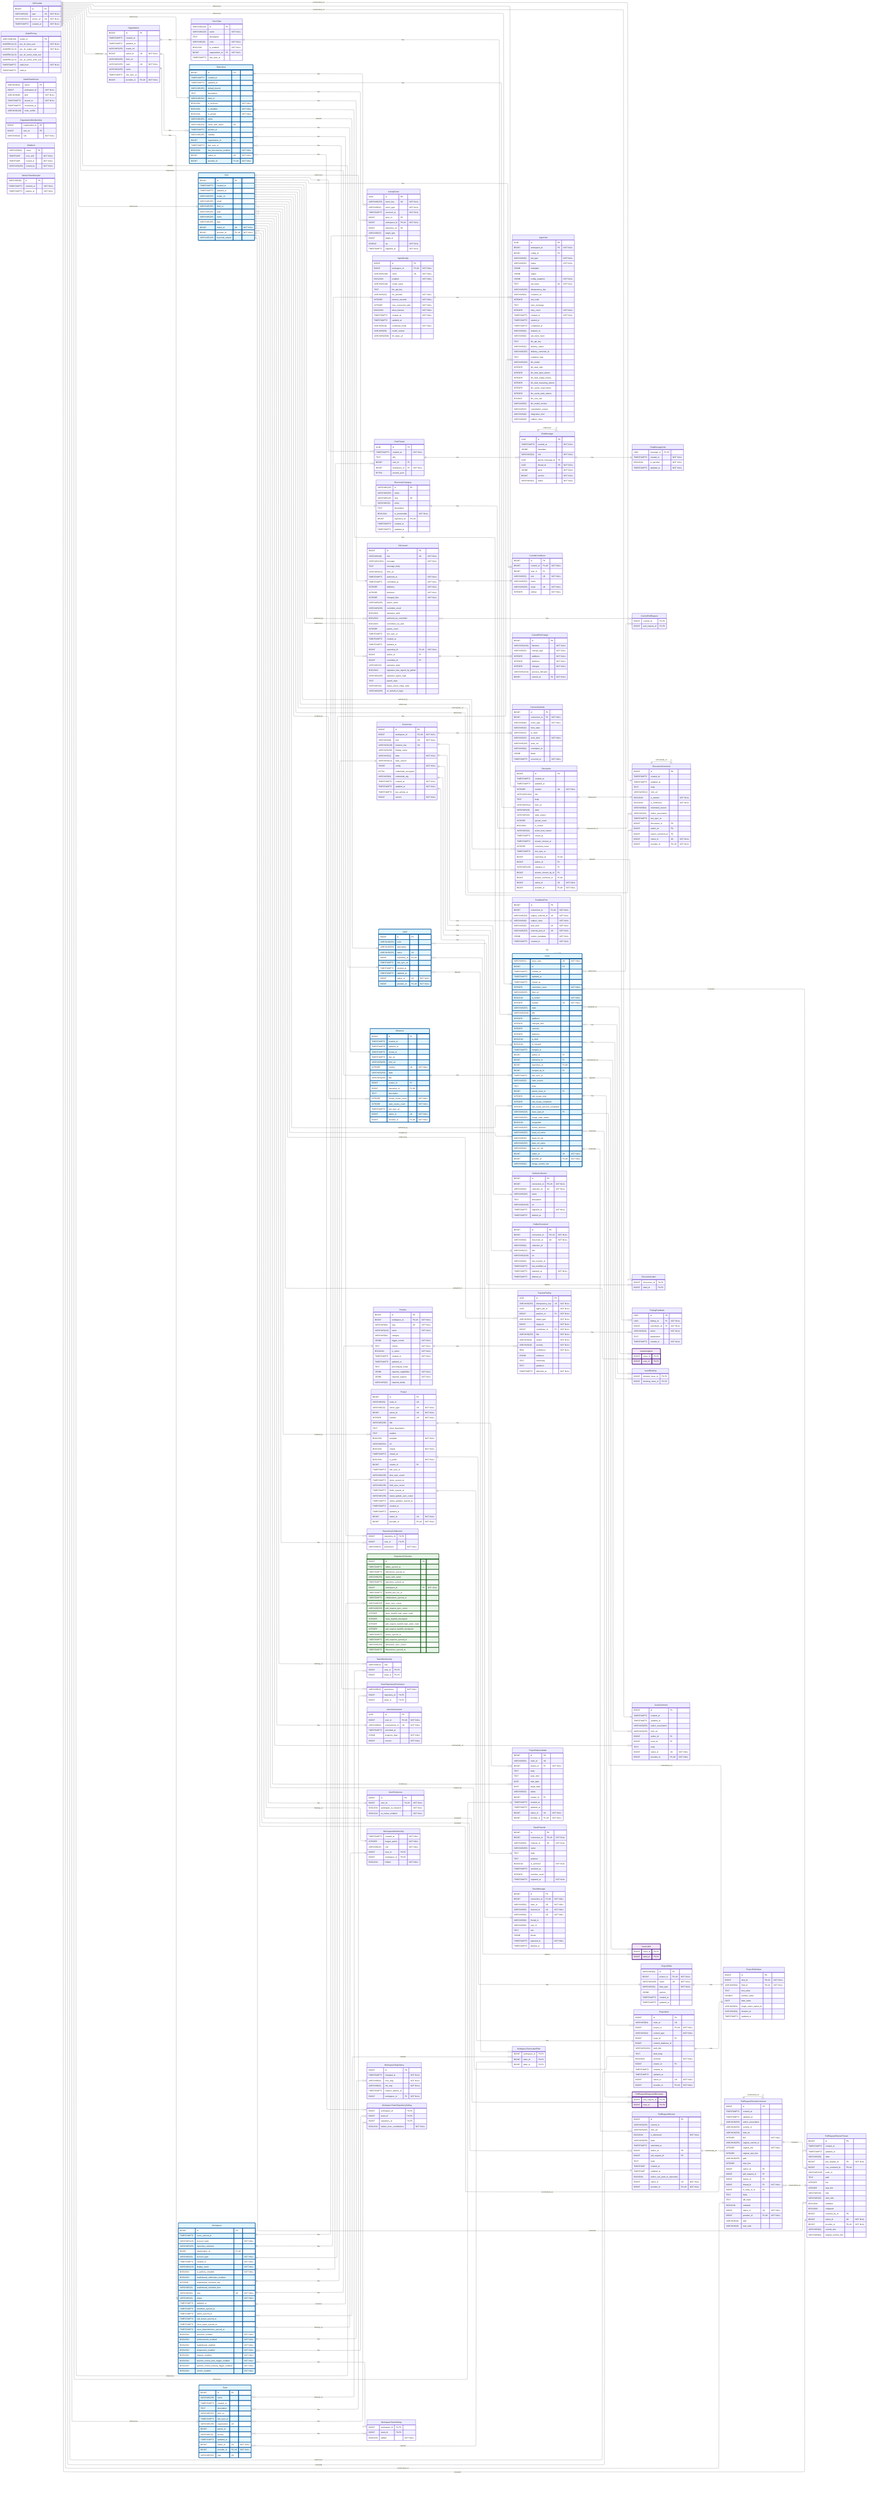
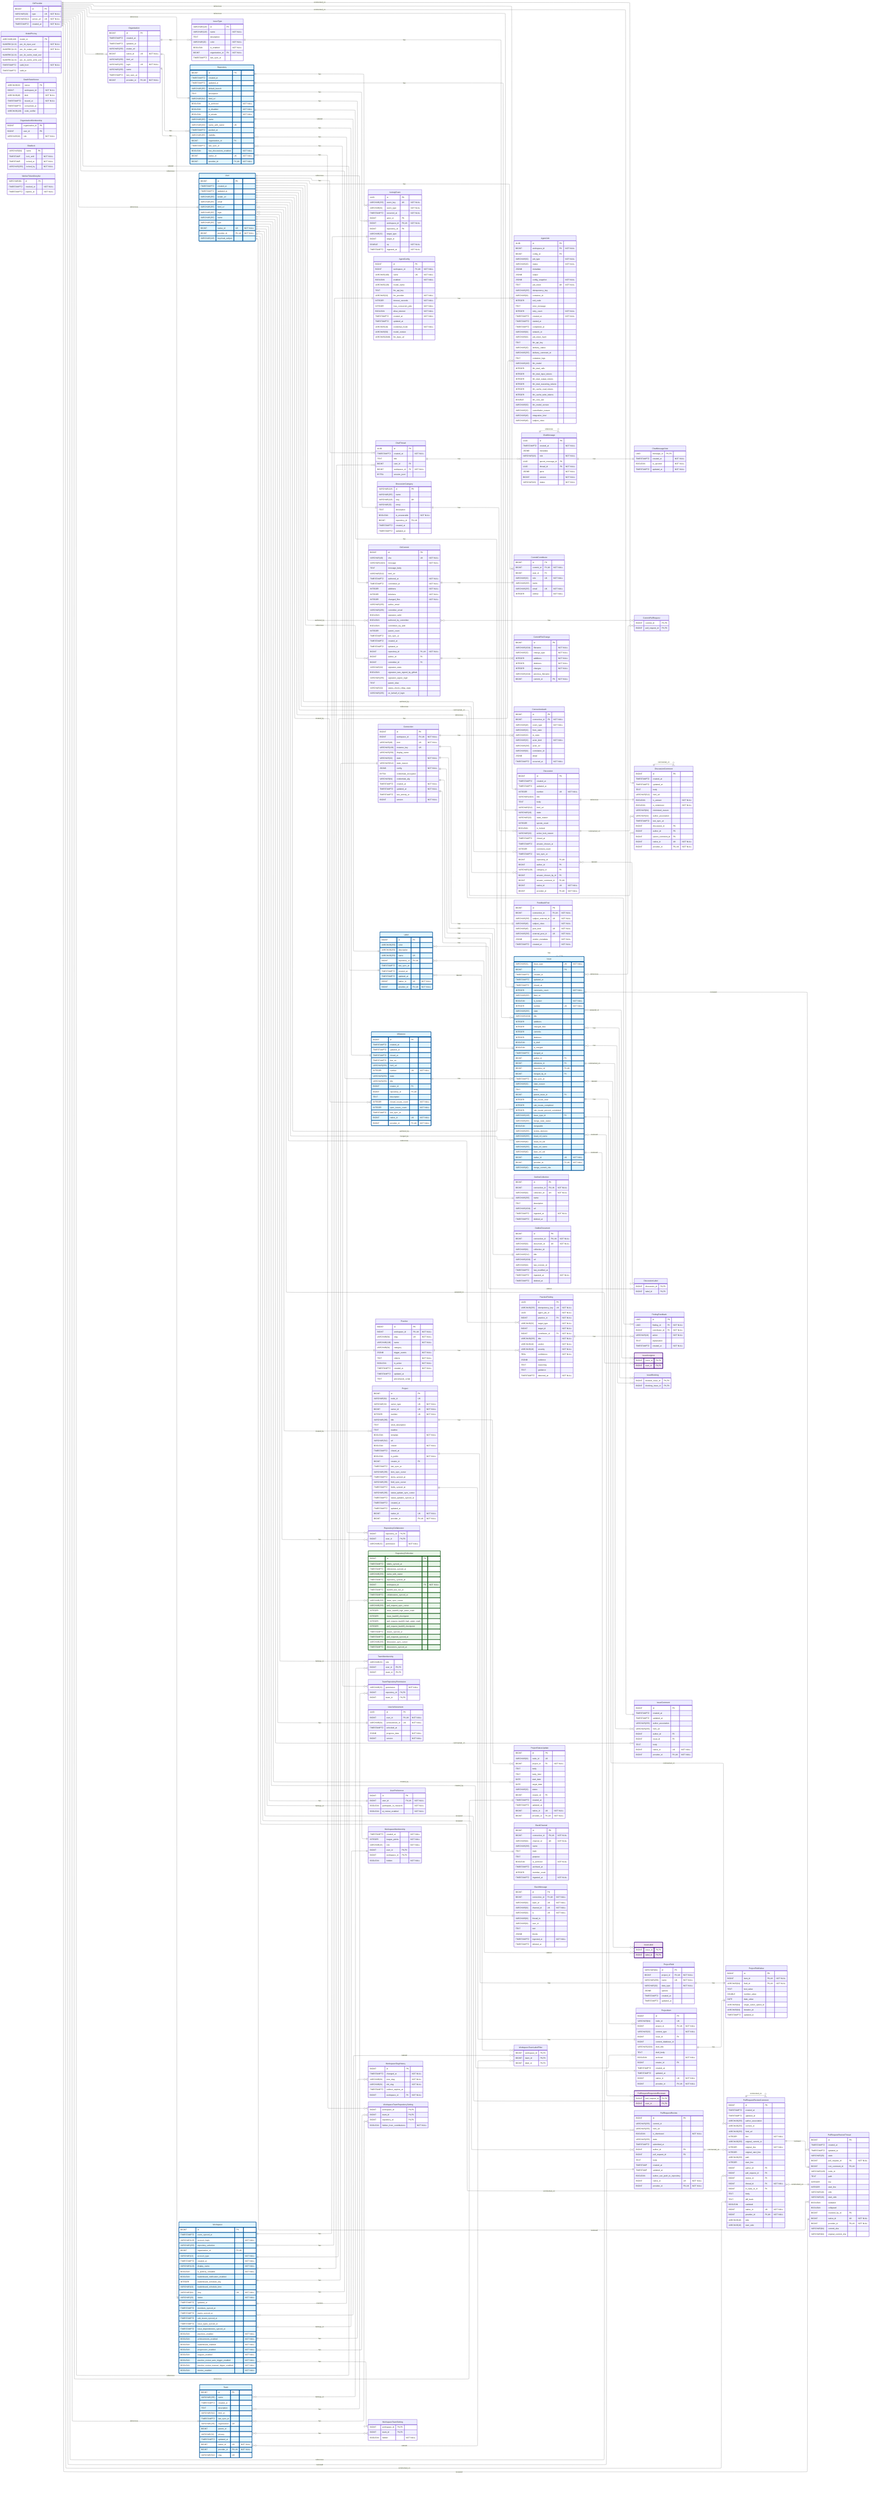
---
config:
    layout: elk
---
erDiagram
    %% Generated automatically from PostgreSQL database schema
    %% using scripts/generate-mermaid-erd.ts
    %% To regenerate: pnpm run db:generate-erd-docs

    direction LR

    ActivityEvent {
        UUID id PK
        VARCHAR(255) event_key UK "NOT NULL"
        VARCHAR(64) event_type "NOT NULL"
        TIMESTAMPTZ occurred_at "NOT NULL"
        BIGINT actor_id FK
        BIGINT workspace_id FK,UK "NOT NULL"
        BIGINT repository_id FK
        VARCHAR(32) target_type
        BIGINT target_id
        DOUBLE xp "NOT NULL"
        TIMESTAMPTZ ingested_at "NOT NULL"
    }

    AgentConfig {
        BIGINT id PK
        BIGINT workspace_id FK,UK "NOT NULL"
        VARCHAR(100) name UK "NOT NULL"
        BOOLEAN enabled "NOT NULL"
        VARCHAR(128) model_name
        TEXT llm_api_key
        VARCHAR(32) llm_provider "NOT NULL"
        INTEGER timeout_seconds "NOT NULL"
        INTEGER max_concurrent_jobs "NOT NULL"
        BOOLEAN allow_internet "NOT NULL"
        TIMESTAMPTZ created_at "NOT NULL"
        TIMESTAMPTZ updated_at
        VARCHAR(16) credential_mode "NOT NULL"
        VARCHAR(50) model_version
        VARCHAR(2048) llm_base_url
    }

    AgentJob {
        UUID id PK
        BIGINT workspace_id FK "NOT NULL"
        BIGINT config_id FK
        VARCHAR(50) job_type "NOT NULL"
        VARCHAR(20) status "NOT NULL"
        JSONB metadata
        JSONB output
        JSONB config_snapshot "NOT NULL"
        TEXT job_token UK "NOT NULL"
        VARCHAR(255) idempotency_key
        VARCHAR(64) container_id
        INTEGER exit_code
        TEXT error_message
        INTEGER retry_count "NOT NULL"
        TIMESTAMPTZ created_at "NOT NULL"
        TIMESTAMPTZ started_at
        TIMESTAMPTZ completed_at
        VARCHAR(64) network_id
        VARCHAR(64) job_token_hash
        TEXT llm_api_key
        VARCHAR(20) delivery_status
        VARCHAR(255) delivery_comment_id
        TEXT container_logs
        VARCHAR(100) llm_model
        INTEGER llm_total_calls
        INTEGER llm_total_input_tokens
        INTEGER llm_total_output_tokens
        INTEGER llm_total_reasoning_tokens
        INTEGER llm_cache_read_tokens
        INTEGER llm_cache_write_tokens
        DOUBLE llm_cost_usd
        VARCHAR(50) llm_model_version
        VARCHAR(32) cancellation_reason
        VARCHAR(48) integration_kind
        VARCHAR(48) subject_class
    }

    ChatMessage {
        UUID id PK
        TIMESTAMPTZ created_at "NOT NULL"
        JSONB metadata
        VARCHAR(16) role "NOT NULL"
        UUID parent_message_id FK
        UUID thread_id FK "NOT NULL"
        JSONB parts "NOT NULL"
        BIGINT version "NOT NULL"
        VARCHAR(16) status "NOT NULL"
    }

    ChatMessageVote {
        UUID message_id PK,FK
        TIMESTAMPTZ created_at "NOT NULL"
        BOOLEAN is_upvoted "NOT NULL"
        TIMESTAMPTZ updated_at "NOT NULL"
    }

    ChatThread {
        UUID id PK
        TIMESTAMPTZ created_at "NOT NULL"
        TEXT title
        BIGINT user_id FK
        BIGINT workspace_id FK "NOT NULL"
        BYTEA session_jsonl
    }

    CommitContributor {
        BIGINT id PK
        BIGINT commit_id FK,UK "NOT NULL"
        BIGINT user_id FK
        VARCHAR(32) role UK "NOT NULL"
        VARCHAR(255) name
        VARCHAR(255) email UK "NOT NULL"
        INTEGER ordinal "NOT NULL"
    }

    CommitFileChange {
        BIGINT id PK
        VARCHAR(1024) filename "NOT NULL"
        VARCHAR(32) change_type "NOT NULL"
        INTEGER additions "NOT NULL"
        INTEGER deletions "NOT NULL"
        INTEGER changes "NOT NULL"
        VARCHAR(1024) previous_filename
        BIGINT commit_id FK "NOT NULL"
    }

    CommitPullRequest {
        BIGINT commit_id PK,FK
        BIGINT pull_request_id PK,FK
    }

    Connection {
        BIGINT id PK
        BIGINT workspace_id FK,UK "NOT NULL"
        VARCHAR(48) kind UK "NOT NULL"
        VARCHAR(128) instance_key UK
        VARCHAR(256) display_name
        VARCHAR(32) state "NOT NULL"
        VARCHAR(512) state_reason
        JSONB config "NOT NULL"
        BYTEA credentials_encrypted
        VARCHAR(64) credentials_alg
        TIMESTAMPTZ created_at "NOT NULL"
        TIMESTAMPTZ updated_at "NOT NULL"
        TIMESTAMPTZ last_activity_at
        BIGINT version "NOT NULL"
    }

    ConnectionAudit {
        BIGINT id PK
        BIGINT connection_id FK "NOT NULL"
        VARCHAR(48) event_type "NOT NULL"
        VARCHAR(32) from_state
        VARCHAR(32) to_state
        VARCHAR(32) actor_kind "NOT NULL"
        VARCHAR(256) actor_ref
        VARCHAR(64) correlation_id
        JSONB detail
        TIMESTAMPTZ occurred_at "NOT NULL"
    }

    Discussion {
        BIGINT id PK
        TIMESTAMPTZ created_at
        TIMESTAMPTZ updated_at
        INTEGER number UK "NOT NULL"
        VARCHAR(1024) title
        TEXT body
        VARCHAR(512) html_url
        VARCHAR(16) state
        VARCHAR(32) state_reason
        INTEGER upvote_count
        BOOLEAN is_locked
        VARCHAR(32) active_lock_reason
        TIMESTAMPTZ closed_at
        TIMESTAMPTZ answer_chosen_at
        INTEGER comment_count
        TIMESTAMPTZ last_sync_at
        BIGINT repository_id FK,UK
        BIGINT author_id FK
        VARCHAR(128) category_id FK
        BIGINT answer_chosen_by_id FK
        BIGINT answer_comment_id FK,UK
        BIGINT native_id UK "NOT NULL"
        BIGINT provider_id FK,UK "NOT NULL"
    }

    DiscussionCategory {
        VARCHAR(128) id PK
        VARCHAR(255) name
        VARCHAR(128) slug UK
        VARCHAR(32) emoji
        TEXT description
        BOOLEAN is_answerable "NOT NULL"
        BIGINT repository_id FK,UK
        TIMESTAMPTZ created_at
        TIMESTAMPTZ updated_at
    }

    DiscussionComment {
        BIGINT id PK
        TIMESTAMPTZ created_at
        TIMESTAMPTZ updated_at
        TEXT body
        VARCHAR(512) html_url
        BOOLEAN is_answer "NOT NULL"
        BOOLEAN is_minimized "NOT NULL"
        VARCHAR(64) minimized_reason
        VARCHAR(32) author_association
        TIMESTAMPTZ last_sync_at
        BIGINT discussion_id FK
        BIGINT author_id FK
        BIGINT parent_comment_id FK
        BIGINT native_id UK "NOT NULL"
        BIGINT provider_id FK,UK "NOT NULL"
    }

    DiscussionLabel {
        BIGINT discussion_id PK,FK
        BIGINT label_id PK,FK
    }

    FeedbackPost {
        BIGINT id PK
        BIGINT connection_id FK,UK "NOT NULL"
        VARCHAR(256) subject_external_id UK "NOT NULL"
        VARCHAR(48) subject_class "NOT NULL"
        VARCHAR(48) post_kind UK "NOT NULL"
        VARCHAR(256) external_post_id UK "NOT NULL"
        JSONB vendor_metadata "NOT NULL"
        TIMESTAMPTZ created_at "NOT NULL"
    }

    FindingFeedback {
        UUID id PK
        UUID finding_id FK "NOT NULL"
        BIGINT contributor_id FK "NOT NULL"
        VARCHAR(16) action "NOT NULL"
        TEXT explanation
        TIMESTAMPTZ created_at "NOT NULL"
    }

    GitCommit {
        BIGINT id PK
        VARCHAR(40) sha UK "NOT NULL"
        VARCHAR(1024) message "NOT NULL"
        TEXT message_body
        VARCHAR(512) html_url
        TIMESTAMPTZ authored_at "NOT NULL"
        TIMESTAMPTZ committed_at "NOT NULL"
        INTEGER additions "NOT NULL"
        INTEGER deletions "NOT NULL"
        INTEGER changed_files "NOT NULL"
        VARCHAR(255) author_email
        VARCHAR(255) committer_email
        BOOLEAN signature_valid
        BOOLEAN authored_by_committer
        BOOLEAN committed_via_web
        INTEGER parent_count
        TIMESTAMPTZ last_sync_at
        TIMESTAMPTZ created_at
        TIMESTAMPTZ updated_at
        BIGINT repository_id FK,UK "NOT NULL"
        BIGINT author_id FK
        BIGINT committer_id FK
        VARCHAR(32) signature_state
        BOOLEAN signature_was_signed_by_github
        VARCHAR(255) signature_signer_login
        TEXT parent_shas
        VARCHAR(32) status_check_rollup_state
        VARCHAR(255) on_behalf_of_login
    }

    GitProvider {
        BIGINT id PK
        VARCHAR(10) type UK "NOT NULL"
        VARCHAR(512) server_url UK "NOT NULL"
        TIMESTAMPTZ created_at "NOT NULL"
    }

    Issue {
        VARCHAR(31) issue_type UK "NOT NULL"
        BIGINT id PK
        TIMESTAMPTZ created_at
        TIMESTAMPTZ updated_at
        TIMESTAMPTZ closed_at
        INTEGER comments_count "NOT NULL"
        VARCHAR(255) html_url
        BOOLEAN is_locked "NOT NULL"
        INTEGER number UK "NOT NULL"
        VARCHAR(255) state
        VARCHAR(1024) title
        INTEGER additions
        INTEGER changed_files
        INTEGER commits
        INTEGER deletions
        BOOLEAN is_draft
        BOOLEAN is_merged
        TIMESTAMPTZ merged_at
        BIGINT author_id FK
        BIGINT milestone_id FK
        BIGINT repository_id FK,UK
        BIGINT merged_by_id FK
        TIMESTAMPTZ last_sync_at
        VARCHAR(32) state_reason
        TEXT body
        BIGINT parent_issue_id FK
        INTEGER sub_issues_total
        INTEGER sub_issues_completed
        INTEGER sub_issues_percent_completed
        VARCHAR(128) issue_type_id FK
        VARCHAR(255) merge_state_status
        BOOLEAN mergeable
        VARCHAR(255) review_decision
        VARCHAR(255) head_ref_name
        VARCHAR(40) head_ref_oid
        VARCHAR(255) base_ref_name
        VARCHAR(40) base_ref_oid
        BIGINT native_id UK "NOT NULL"
        BIGINT provider_id FK,UK "NOT NULL"
        VARCHAR(40) merge_commit_sha
    }

    IssueAssignee {
        BIGINT issue_id PK,FK
        BIGINT user_id PK,FK
    }

    IssueBlocking {
        BIGINT blocked_issue_id PK,FK
        BIGINT blocking_issue_id PK,FK
    }

    IssueComment {
        BIGINT id PK
        TIMESTAMPTZ created_at
        TIMESTAMPTZ updated_at
        VARCHAR(255) author_association
        VARCHAR(255) html_url
        BIGINT author_id FK
        BIGINT issue_id FK
        TEXT body
        BIGINT native_id UK "NOT NULL"
        BIGINT provider_id FK,UK "NOT NULL"
    }

    IssueLabel {
        BIGINT issue_id PK,FK
        BIGINT label_id PK,FK
    }

    IssueType {
        VARCHAR(128) id PK
        VARCHAR(128) name "NOT NULL"
        TEXT description
        VARCHAR(20) color "NOT NULL"
        BOOLEAN is_enabled "NOT NULL"
        BIGINT organization_id FK "NOT NULL"
        TIMESTAMPTZ last_sync_at
    }

    Label {
        BIGINT id PK
        VARCHAR(255) color
        VARCHAR(255) description
        VARCHAR(255) name UK
        BIGINT repository_id FK,UK
        TIMESTAMPTZ last_sync_at
        TIMESTAMPTZ created_at
        TIMESTAMPTZ updated_at
        BIGINT native_id UK "NOT NULL"
        BIGINT provider_id FK,UK "NOT NULL"
    }

    Milestone {
        BIGINT id PK
        TIMESTAMPTZ created_at
        TIMESTAMPTZ updated_at
        TIMESTAMPTZ closed_at
        TIMESTAMPTZ due_on
        VARCHAR(255) html_url
        INTEGER number UK "NOT NULL"
        VARCHAR(255) state
        VARCHAR(255) title
        BIGINT creator_id FK
        BIGINT repository_id FK,UK
        TEXT description
        INTEGER closed_issues_count "NOT NULL"
        INTEGER open_issues_count "NOT NULL"
        TIMESTAMPTZ last_sync_at
        BIGINT native_id UK "NOT NULL"
        BIGINT provider_id FK,UK "NOT NULL"
    }

    ModelPricing {
        VARCHAR(128) model_id PK
        NUMERIC(12,6) per_1k_input_usd "NOT NULL"
        NUMERIC(12,6) per_1k_output_usd "NOT NULL"
        NUMERIC(12,6) per_1k_cache_read_usd
        NUMERIC(12,6) per_1k_cache_write_usd
        TIMESTAMPTZ valid_from "NOT NULL"
        TIMESTAMPTZ valid_to
    }

    OauthStateNonce {
        VARCHAR(32) nonce PK
        BIGINT workspace_id "NOT NULL"
        VARCHAR(48) kind "NOT NULL"
        TIMESTAMPTZ issued_at "NOT NULL"
        TIMESTAMPTZ consumed_at
        VARCHAR(128) code_verifier
    }

    Organization {
        BIGINT id PK
        TIMESTAMPTZ created_at
        TIMESTAMPTZ updated_at
        VARCHAR(255) avatar_url
        BIGINT native_id UK "NOT NULL"
        VARCHAR(255) html_url
        VARCHAR(255) login UK "NOT NULL"
        VARCHAR(255) name
        TIMESTAMPTZ last_sync_at
        BIGINT provider_id FK,UK "NOT NULL"
    }

    OrganizationMembership {
        BIGINT organization_id PK
        BIGINT user_id PK
        VARCHAR(32) role "NOT NULL"
    }

    OutlineCollection {
        BIGINT id PK
        BIGINT connection_id FK,UK "NOT NULL"
        VARCHAR(64) collection_id UK "NOT NULL"
        VARCHAR(256) name
        TEXT description
        VARCHAR(1024) url
        TIMESTAMPTZ ingested_at "NOT NULL"
        TIMESTAMPTZ deleted_at
    }

    OutlineDocument {
        BIGINT id PK
        BIGINT connection_id FK,UK "NOT NULL"
        VARCHAR(64) document_id UK "NOT NULL"
        VARCHAR(64) collection_id
        VARCHAR(512) title
        VARCHAR(1024) url
        VARCHAR(64) last_revision_id
        TIMESTAMPTZ last_modified_at
        TIMESTAMPTZ ingested_at "NOT NULL"
        TIMESTAMPTZ deleted_at
    }

    Practice {
        BIGINT id PK
        BIGINT workspace_id FK,UK "NOT NULL"
        VARCHAR(64) slug UK "NOT NULL"
        VARCHAR(128) name "NOT NULL"
        VARCHAR(64) category
        JSONB trigger_events "NOT NULL"
        TEXT criteria "NOT NULL"
        BOOLEAN is_active "NOT NULL"
        TIMESTAMPTZ created_at "NOT NULL"
        TIMESTAMPTZ updated_at
        TEXT precompute_script
-         JSONB required_capabilities "NOT NULL"
-         JSONB required_aspects "NOT NULL"
-         VARCHAR(32) required_family
    }

    PracticeFinding {
        UUID id PK
        VARCHAR(255) idempotency_key UK "NOT NULL"
        UUID agent_job_id "NOT NULL"
        BIGINT practice_id FK "NOT NULL"
        VARCHAR(32) target_type "NOT NULL"
        BIGINT target_id "NOT NULL"
        BIGINT contributor_id FK "NOT NULL"
        VARCHAR(255) title "NOT NULL"
        VARCHAR(16) verdict "NOT NULL"
        VARCHAR(16) severity "NOT NULL"
        REAL confidence "NOT NULL"
        JSONB evidence
        TEXT reasoning
        TEXT guidance
        TIMESTAMPTZ detected_at "NOT NULL"
    }

    Project {
        BIGINT id PK
        VARCHAR(64) node_id UK
        VARCHAR(32) owner_type UK "NOT NULL"
        BIGINT owner_id UK "NOT NULL"
        INTEGER number UK "NOT NULL"
        VARCHAR(256) title
        TEXT short_description
        TEXT readme
        BOOLEAN template "NOT NULL"
        VARCHAR(512) url
        BOOLEAN closed "NOT NULL"
        TIMESTAMPTZ closed_at
        BOOLEAN is_public "NOT NULL"
        BIGINT creator_id FK
        TIMESTAMPTZ last_sync_at
        VARCHAR(256) item_sync_cursor
        TIMESTAMPTZ items_synced_at
        VARCHAR(256) field_sync_cursor
        TIMESTAMPTZ fields_synced_at
        VARCHAR(256) status_update_sync_cursor
        TIMESTAMPTZ status_updates_synced_at
        TIMESTAMPTZ created_at
        TIMESTAMPTZ updated_at
        BIGINT native_id UK "NOT NULL"
        BIGINT provider_id FK,UK "NOT NULL"
    }

    ProjectField {
        VARCHAR(64) id PK
        BIGINT project_id FK,UK "NOT NULL"
        VARCHAR(256) name UK "NOT NULL"
        VARCHAR(32) data_type "NOT NULL"
        JSONB options
        TIMESTAMPTZ created_at
        TIMESTAMPTZ updated_at
    }

    ProjectFieldValue {
        BIGINT id PK
        BIGINT item_id FK,UK "NOT NULL"
        VARCHAR(64) field_id FK,UK "NOT NULL"
        TEXT text_value
        DOUBLE number_value
        DATE date_value
        VARCHAR(64) single_select_option_id
        VARCHAR(64) iteration_id
        TIMESTAMPTZ updated_at
    }

    ProjectItem {
        BIGINT id PK
        VARCHAR(64) node_id UK
        BIGINT project_id FK,UK "NOT NULL"
        VARCHAR(32) content_type "NOT NULL"
        BIGINT issue_id FK
        BIGINT content_database_id
        VARCHAR(1024) draft_title
        TEXT draft_body
        BOOLEAN archived "NOT NULL"
        BIGINT creator_id FK
        TIMESTAMPTZ created_at
        TIMESTAMPTZ updated_at
        BIGINT native_id UK "NOT NULL"
        BIGINT provider_id FK,UK "NOT NULL"
    }

    ProjectStatusUpdate {
        BIGINT id PK
        VARCHAR(64) node_id UK
        BIGINT project_id FK "NOT NULL"
        TEXT body
        TEXT body_html
        DATE start_date
        DATE target_date
        VARCHAR(32) status
        BIGINT creator_id FK
        TIMESTAMPTZ created_at
        TIMESTAMPTZ updated_at
        BIGINT native_id UK "NOT NULL"
        BIGINT provider_id FK,UK "NOT NULL"
    }

    PullRequestRequestedReviewer {
        BIGINT pull_request_id PK,FK
        BIGINT user_id PK,FK
    }

    PullRequestReview {
        BIGINT id PK
        VARCHAR(255) commit_id
        VARCHAR(255) html_url
        BOOLEAN is_dismissed "NOT NULL"
        VARCHAR(255) state
        TIMESTAMPTZ submitted_at
        BIGINT author_id FK
        BIGINT pull_request_id FK
        TEXT body
        TIMESTAMP created_at
        TIMESTAMP updated_at
        BOOLEAN author_can_push_to_repository
        BIGINT native_id UK "NOT NULL"
        BIGINT provider_id FK,UK "NOT NULL"
    }

    PullRequestReviewComment {
        BIGINT id PK
        TIMESTAMPTZ created_at
        TIMESTAMPTZ updated_at
        VARCHAR(255) author_association
        VARCHAR(255) commit_id
        VARCHAR(255) html_url
        INTEGER line "NOT NULL"
        VARCHAR(255) original_commit_id
        INTEGER original_line "NOT NULL"
        INTEGER original_start_line
        VARCHAR(255) path
        INTEGER start_line
        BIGINT author_id FK
        BIGINT pull_request_id FK
        BIGINT review_id FK
        BIGINT thread_id FK "NOT NULL"
        BIGINT in_reply_to_id FK
        TEXT body
        TEXT diff_hunk
        BOOLEAN outdated
        BIGINT native_id UK "NOT NULL"
        BIGINT provider_id FK,UK "NOT NULL"
        VARCHAR(16) side
        VARCHAR(16) start_side
    }

    PullRequestReviewThread {
        BIGINT id PK
        TIMESTAMPTZ created_at
        TIMESTAMPTZ updated_at
        VARCHAR(20) state
        BIGINT pull_request_id FK "NOT NULL"
        BIGINT root_comment_id FK,UK
        VARCHAR(128) node_id
        TEXT path
        INTEGER line
        INTEGER start_line
        VARCHAR(16) side
        VARCHAR(16) start_side
        BOOLEAN outdated
        BOOLEAN collapsed
        BIGINT resolved_by_id FK
        BIGINT native_id UK "NOT NULL"
        BIGINT provider_id FK,UK "NOT NULL"
        VARCHAR(64) commit_sha
        VARCHAR(64) original_commit_sha
    }

    Repository {
        BIGINT id PK
        TIMESTAMPTZ created_at
        TIMESTAMPTZ updated_at
        VARCHAR(255) default_branch
        TEXT description
        VARCHAR(512) html_url
        BOOLEAN is_archived "NOT NULL"
        BOOLEAN is_disabled "NOT NULL"
        BOOLEAN is_private "NOT NULL"
        VARCHAR(255) name
        VARCHAR(150) name_with_owner UK
        TIMESTAMPTZ pushed_at
        VARCHAR(255) visibility
        BIGINT organization_id FK
        TIMESTAMPTZ last_sync_at
        BOOLEAN has_discussions_enabled "NOT NULL"
        BIGINT native_id UK "NOT NULL"
        BIGINT provider_id FK,UK "NOT NULL"
    }

    RepositoryCollaborator {
        BIGINT repository_id PK,FK
        BIGINT user_id PK,FK
        VARCHAR(32) permission "NOT NULL"
    }

    RepositoryToMonitor {
        BIGINT id PK
        TIMESTAMPTZ labels_synced_at
        TIMESTAMPTZ milestones_synced_at
        VARCHAR(255) name_with_owner
        TIMESTAMPTZ repository_synced_at
        BIGINT workspace_id FK "NOT NULL"
        TIMESTAMPTZ backfill_last_run_at
        TIMESTAMPTZ collaborators_synced_at
        VARCHAR(255) issue_sync_cursor
        VARCHAR(255) pull_request_sync_cursor
        INTEGER issue_backfill_high_water_mark
        INTEGER issue_backfill_checkpoint
        INTEGER pull_request_backfill_high_water_mark
        INTEGER pull_request_backfill_checkpoint
        TIMESTAMPTZ issues_synced_at
        TIMESTAMPTZ pull_requests_synced_at
        VARCHAR(255) discussion_sync_cursor
        TIMESTAMPTZ discussions_synced_at
    }

    Shedlock {
        VARCHAR(64) name PK
        TIMESTAMP lock_until "NOT NULL"
        TIMESTAMP locked_at "NOT NULL"
        VARCHAR(255) locked_by "NOT NULL"
    }

    SlackChannel {
        BIGINT id PK
        BIGINT connection_id FK,UK "NOT NULL"
        VARCHAR(64) channel_id UK "NOT NULL"
        VARCHAR(256) name
        TEXT topic
        TEXT purpose
        BOOLEAN is_archived "NOT NULL"
        TIMESTAMPTZ archived_at
        INTEGER member_count
        TIMESTAMPTZ ingested_at "NOT NULL"
    }

    SlackMessage {
        BIGINT id PK
        BIGINT connection_id FK,UK "NOT NULL"
        VARCHAR(64) team_id UK "NOT NULL"
        VARCHAR(64) channel_id UK "NOT NULL"
        VARCHAR(64) ts UK "NOT NULL"
        VARCHAR(64) thread_ts
        VARCHAR(64) user_id
        TEXT text
        JSONB blocks
        TIMESTAMPTZ ingested_at "NOT NULL"
        TIMESTAMPTZ deleted_at
    }

    Team {
        BIGINT id PK
        VARCHAR(255) name
        TIMESTAMPTZ created_at
        TEXT description
        VARCHAR(512) html_url
        TIMESTAMPTZ last_sync_at
        VARCHAR(255) organization UK
        BIGINT parent_id
        VARCHAR(32) privacy
        TIMESTAMPTZ updated_at
        BIGINT native_id UK "NOT NULL"
        BIGINT provider_id FK,UK "NOT NULL"
        VARCHAR(512) slug UK
    }

    TeamMembership {
        VARCHAR(32) role
        BIGINT user_id PK,FK
        BIGINT team_id PK,FK
    }

    TeamRepositoryPermission {
        VARCHAR(32) permission "NOT NULL"
        BIGINT repository_id PK,FK
        BIGINT team_id PK,FK
    }

    User {
        BIGINT id PK
        TIMESTAMPTZ created_at
        TIMESTAMPTZ updated_at
        VARCHAR(255) avatar_url
        VARCHAR(255) email
        VARCHAR(255) html_url
        VARCHAR(255) login
        VARCHAR(255) name
        VARCHAR(255) type
        BIGINT native_id UK "NOT NULL"
        BIGINT provider_id FK,UK "NOT NULL"
        VARCHAR(128) keycloak_subject
    }

    UserAchievement {
        UUID id PK
        BIGINT user_id FK,UK "NOT NULL"
        VARCHAR(64) achievement_id UK "NOT NULL"
        TIMESTAMPTZ unlocked_at
        JSONB progress_data "NOT NULL"
        BIGINT version "NOT NULL"
    }

    UserPreference {
        BIGINT id PK
        BIGINT user_id FK,UK "NOT NULL"
        BOOLEAN participate_in_research "NOT NULL"
        BOOLEAN ai_review_enabled "NOT NULL"
    }

    WorkerTokenDenylist {
        VARCHAR(64) jti PK
        TIMESTAMPTZ revoked_at "NOT NULL"
        TIMESTAMPTZ expires_at "NOT NULL"
    }

    Workspace {
        BIGINT id PK
        TIMESTAMPTZ users_synced_at
        VARCHAR(120) account_login "NOT NULL"
        VARCHAR(255) repository_selection
        BIGINT organization_id FK,UK
        VARCHAR(10) account_type "NOT NULL"
        TIMESTAMPTZ created_at "NOT NULL"
        VARCHAR(120) display_name "NOT NULL"
        BOOLEAN is_publicly_viewable "NOT NULL"
        BOOLEAN leaderboard_notification_enabled
        INTEGER leaderboard_schedule_day
        VARCHAR(10) leaderboard_schedule_time
        VARCHAR(64) slug UK "NOT NULL"
        VARCHAR(20) status "NOT NULL"
        TIMESTAMPTZ updated_at
        TIMESTAMPTZ members_synced_at
        TIMESTAMPTZ teams_synced_at
        TIMESTAMPTZ sub_issues_synced_at
        TIMESTAMPTZ issue_types_synced_at
        TIMESTAMPTZ issue_dependencies_synced_at
        BOOLEAN practices_enabled "NOT NULL"
        BOOLEAN achievements_enabled "NOT NULL"
        BOOLEAN leaderboard_enabled "NOT NULL"
        BOOLEAN progression_enabled "NOT NULL"
        BOOLEAN leagues_enabled "NOT NULL"
        BOOLEAN practice_review_auto_trigger_enabled "NOT NULL"
        BOOLEAN practice_review_manual_trigger_enabled "NOT NULL"
        BOOLEAN mentor_enabled "NOT NULL"
    }

    WorkspaceMembership {
        TIMESTAMPTZ created_at "NOT NULL"
        INTEGER league_points "NOT NULL"
        VARCHAR(16) role "NOT NULL"
        BIGINT user_id PK,FK
        BIGINT workspace_id PK,FK
        BOOLEAN hidden "NOT NULL"
    }

    WorkspaceSlugHistory {
        BIGINT id PK
        TIMESTAMPTZ changed_at "NOT NULL"
        VARCHAR(64) new_slug "NOT NULL"
        VARCHAR(64) old_slug "NOT NULL"
        TIMESTAMPTZ redirect_expires_at
        BIGINT workspace_id FK "NOT NULL"
    }

    WorkspaceTeamLabelFilter {
        BIGINT workspace_id PK,FK
        BIGINT team_id PK,FK
        BIGINT label_id PK,FK
    }

    WorkspaceTeamRepositorySetting {
        BIGINT workspace_id PK,FK
        BIGINT team_id PK,FK
        BIGINT repository_id PK,FK
        BOOLEAN hidden_from_contributions "NOT NULL"
    }

    WorkspaceTeamSetting {
        BIGINT workspace_id PK,FK
        BIGINT team_id PK,FK
        BOOLEAN hidden "NOT NULL"
    }

    %% Relationships
    %% One-to-One relationships
    Workspace ||--|| ActivityEvent : has
    Workspace ||--|| AgentConfig : has
    ChatMessage ||--|| ChatMessageVote : has
    GitCommit ||--|| CommitContributor : has
    Workspace ||--|| Connection : has
    DiscussionComment ||--|| Discussion : references
    GitProvider ||--|| Discussion : references
    Repository ||--|| Discussion : has
    Repository ||--|| DiscussionCategory : has
    GitProvider ||--|| DiscussionComment : commented_on
    Connection ||--|| FeedbackPost : has
    Repository ||--|| GitCommit : has
    GitProvider ||--|| Issue : references
    Repository ||--|| Issue : has
    GitProvider ||--|| IssueComment : commented_on
    GitProvider ||--|| Label : labeled
    Repository ||--|| Label : labeled
    GitProvider ||--|| Milestone : references
    Repository ||--|| Milestone : has
    GitProvider ||--|| Organization : references
    Connection ||--|| OutlineCollection : has
    Connection ||--|| OutlineDocument : has
    Workspace ||--|| Practice : has
    GitProvider ||--|| Project : references
    Project ||--|| ProjectField : has
    ProjectField ||--|| ProjectFieldValue : has
    ProjectItem ||--|| ProjectFieldValue : has
    Project ||--|| ProjectItem : has
    GitProvider ||--|| ProjectItem : references
    GitProvider ||--|| ProjectStatusUpdate : references
    GitProvider ||--|| PullRequestReview : reviewed
    GitProvider ||--|| PullRequestReviewComment : commented_on
    GitProvider ||--|| PullRequestReviewThread : reviewed
    PullRequestReviewComment ||--|| PullRequestReviewThread : reviewed
    GitProvider ||--|| Repository : references
    Connection ||--|| SlackChannel : has
    Connection ||--|| SlackMessage : has
    GitProvider ||--|| Team : references
    GitProvider ||--|| User : references
    User ||--|| UserAchievement : has
    User ||--|| UserPreference : has
    Organization ||--|| Workspace : has
    User ||--|| WorkspaceMembership : belongs_to
    Workspace ||--|| WorkspaceMembership : belongs_to

    %% One-to-Many relationships
    User ||--o{ ActivityEvent : references
    Repository ||--o{ ActivityEvent : has
    AgentConfig ||--o{ AgentJob : has
    Workspace ||--o{ AgentJob : has
    ChatMessage ||--o{ ChatMessage : references
    ChatThread ||--o{ ChatMessage : has
    User ||--o{ ChatThread : has
    Workspace ||--o{ ChatThread : has
    User ||--o{ CommitContributor : has
    GitCommit ||--o{ CommitFileChange : has
    Connection ||--o{ ConnectionAudit : has
    User ||--o{ Discussion : references
    User ||--o{ Discussion : authored_by
    DiscussionCategory ||--o{ Discussion : has
    User ||--o{ DiscussionComment : commented_on
    Discussion ||--o{ DiscussionComment : commented_on
    DiscussionComment ||--o{ DiscussionComment : commented_on
    User ||--o{ FindingFeedback : references
    PracticeFinding ||--o{ FindingFeedback : has
    User ||--o{ GitCommit : authored_by
    User ||--o{ GitCommit : references
    User ||--o{ Issue : authored_by
    IssueType ||--o{ Issue : has
    User ||--o{ Issue : merged_by
    Milestone ||--o{ Issue : has
    Issue ||--o{ Issue : has
    User ||--o{ IssueComment : commented_on
    Issue ||--o{ IssueComment : commented_on
    Organization ||--o{ IssueType : has
    User ||--o{ Milestone : created_by
    User ||--o{ PracticeFinding : references
    Practice ||--o{ PracticeFinding : has
    User ||--o{ Project : created_by
    User ||--o{ ProjectItem : created_by
    Issue ||--o{ ProjectItem : has
    User ||--o{ ProjectStatusUpdate : created_by
    Project ||--o{ ProjectStatusUpdate : has
    User ||--o{ PullRequestReview : reviewed
    Issue ||--o{ PullRequestReview : reviewed
    User ||--o{ PullRequestReviewComment : commented_on
    PullRequestReviewComment ||--o{ PullRequestReviewComment : commented_on
    Issue ||--o{ PullRequestReviewComment : commented_on
    PullRequestReview ||--o{ PullRequestReviewComment : commented_on
    PullRequestReviewThread ||--o{ PullRequestReviewComment : commented_on
    Issue ||--o{ PullRequestReviewThread : reviewed
    User ||--o{ PullRequestReviewThread : reviewed
    Organization ||--o{ Repository : has
    Workspace ||--o{ RepositoryToMonitor : monitors
    Workspace ||--o{ WorkspaceSlugHistory : has

    %% Many-to-Many relationships
    GitCommit }o--o{ CommitPullRequest : has
    Issue }o--o{ CommitPullRequest : references
    Discussion }o--o{ DiscussionLabel : labeled
    Label }o--o{ DiscussionLabel : labeled
    Issue }o--o{ IssueAssignee : assigned_to
    User }o--o{ IssueAssignee : assigned_to
    Issue }o--o{ IssueBlocking : has
    Issue }o--o{ IssueBlocking : has
    Issue }o--o{ IssueLabel : labeled
    Label }o--o{ IssueLabel : labeled
    Issue }o--o{ PullRequestRequestedReviewer : reviewed
    User }o--o{ PullRequestRequestedReviewer : reviewed
    Repository }o--o{ RepositoryCollaborator : has
    User }o--o{ RepositoryCollaborator : has
    Team }o--o{ TeamMembership : belongs_to
    User }o--o{ TeamMembership : belongs_to
    Repository }o--o{ TeamRepositoryPermission : has
    Team }o--o{ TeamRepositoryPermission : has
    Label }o--o{ WorkspaceTeamLabelFilter : labeled
    Team }o--o{ WorkspaceTeamLabelFilter : labeled
    Workspace }o--o{ WorkspaceTeamLabelFilter : labeled
    Repository }o--o{ WorkspaceTeamRepositorySetting : has
    Team }o--o{ WorkspaceTeamRepositorySetting : has
    Workspace }o--o{ WorkspaceTeamRepositorySetting : has
    Team }o--o{ WorkspaceTeamSetting : has
    Workspace }o--o{ WorkspaceTeamSetting : has

    %% Styling
    classDef primaryEntity fill:#e1f5fe,stroke:#01579b,stroke-width:2px
    classDef associationEntity fill:#f3e5f5,stroke:#4a148c,stroke-width:2px
    classDef metadataEntity fill:#e8f5e8,stroke:#1b5e20,stroke-width:2px

    class Issue primaryEntity
    class IssueAssignee associationEntity
    class IssueLabel associationEntity
    class Label primaryEntity
    class Milestone primaryEntity
    class PullRequestRequestedReviewer associationEntity
    class Repository primaryEntity
    class RepositoryToMonitor metadataEntity
    class Team primaryEntity
    class User primaryEntity
    class Workspace primaryEntity
